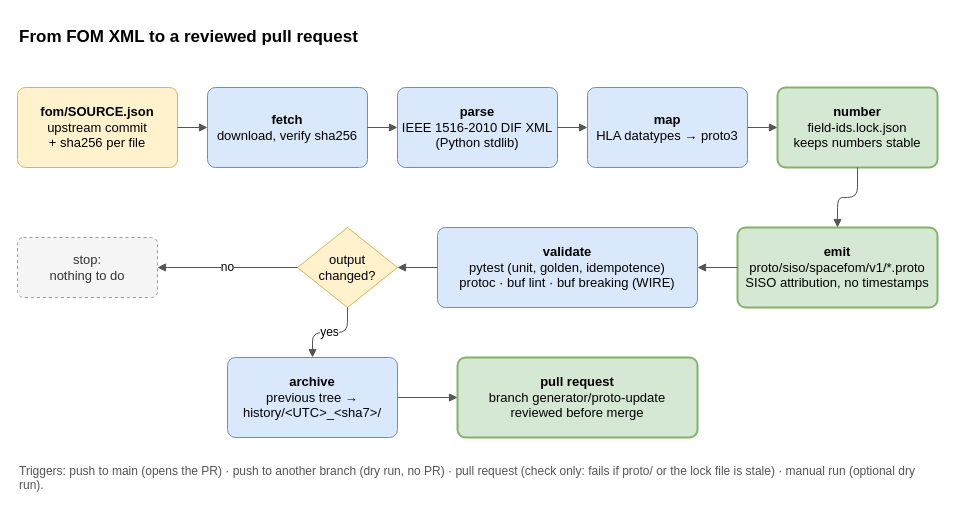
gsantopaolo/spacefom2-protobuf keeps this draw.io diagram as docs/diagrams/generator-pipeline.drawio. Above is the earlier version. Source tidied: cells renumbered, new cells numbered last; positions are measured from the earlier drawing's top-left corner, leaving out a move shared by most shapes. Both pictures are drawn from the tidied source at 100%, with x=0, y=0 at pixel (17, 17).
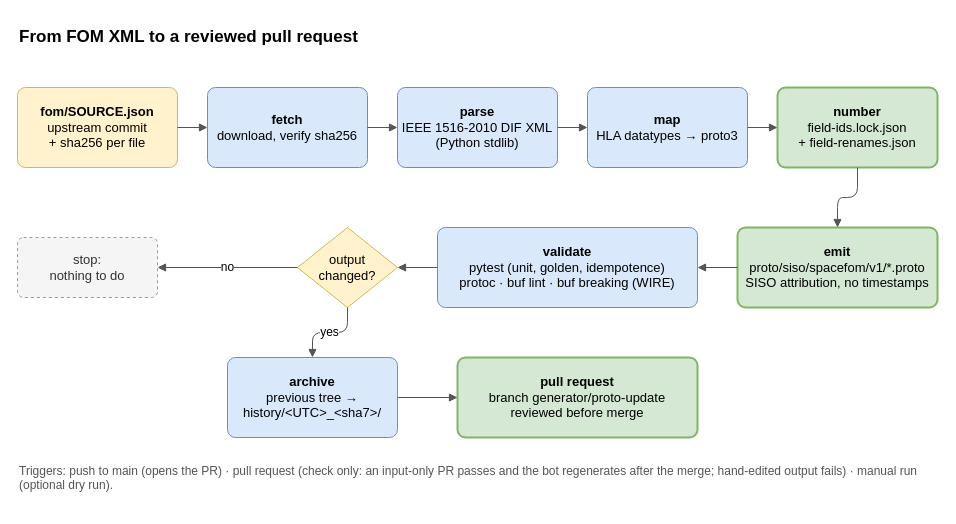
The same page after the edit.

Commit message (it also covers changes not shown here):
Diagrams: renames file, current pull-request rule, bridge marked planned

The edit, as a diff of the source:
```diff
@@
-    <mxCell id="7" value="&lt;b&gt;number&lt;/b&gt;&lt;br&gt;field-ids.lock.json&lt;br&gt;keeps numbers stable" style="rounded=1;whiteSpace=wrap;html=1;arcSize=10;fillColor=#d5e8d4;strokeColor=#82b366;strokeWidth=2;fontFamily=Helvetica;fontSize=13;" parent="1" vertex="1">
+    <mxCell id="7" value="&lt;b&gt;number&lt;/b&gt;&lt;br&gt;field-ids.lock.json&lt;br&gt;+ field-renames.json" style="rounded=1;whiteSpace=wrap;html=1;arcSize=10;fillColor=#d5e8d4;strokeColor=#82b366;strokeWidth=2;fontFamily=Helvetica;fontSize=13;" parent="1" vertex="1">
       <mxGeometry x="760" y="70" width="160" height="80" as="geometry" />
     </mxCell>
@@
-    <mxCell id="24" value="Triggers: push to main (opens the PR) · push to another branch (dry run, no PR) · pull request (check only: fails if proto/ or the lock file is stale) · manual run (optional dry run)." style="text;html=1;whiteSpace=wrap;align=left;verticalAlign=top;fontColor=#555555;fontFamily=Helvetica;fontSize=12;" parent="1" vertex="1">
+    <mxCell id="24" value="Triggers: push to main (opens the PR) · pull request (check only: an input-only PR passes and the bot regenerates after the merge; hand-edited output fails) · manual run (optional dry run)." style="text;html=1;whiteSpace=wrap;align=left;verticalAlign=top;fontColor=#555555;fontFamily=Helvetica;fontSize=12;" parent="1" vertex="1">
       <mxGeometry y="440" width="920" height="50" as="geometry" />
     </mxCell>
```
